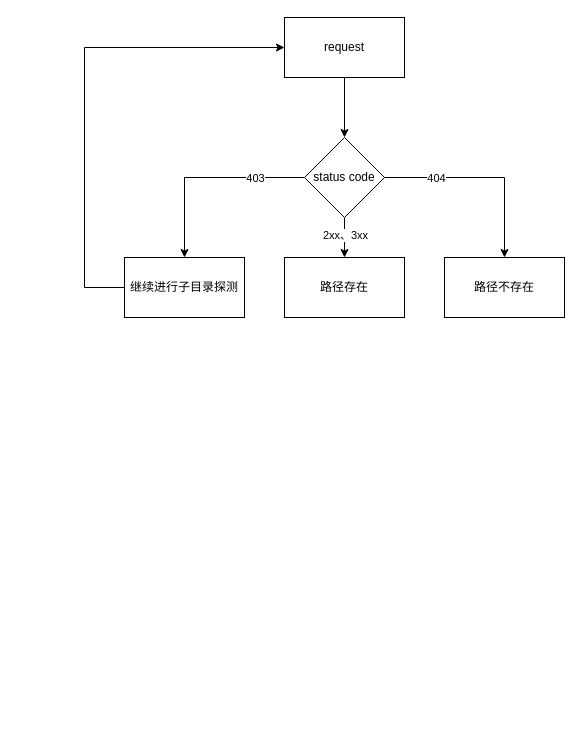
This is graphs/未命名绘图.drawio from blackw4tch/diagrams_images, a draw.io file, before an edit. Source tidied: cells renumbered, new cells numbered last; positions are measured from the earlier drawing's top-left corner, leaving out a move shared by most shapes. Both pictures are drawn from the tidied source at 100%, with x=0, y=0 at pixel (84, 17).
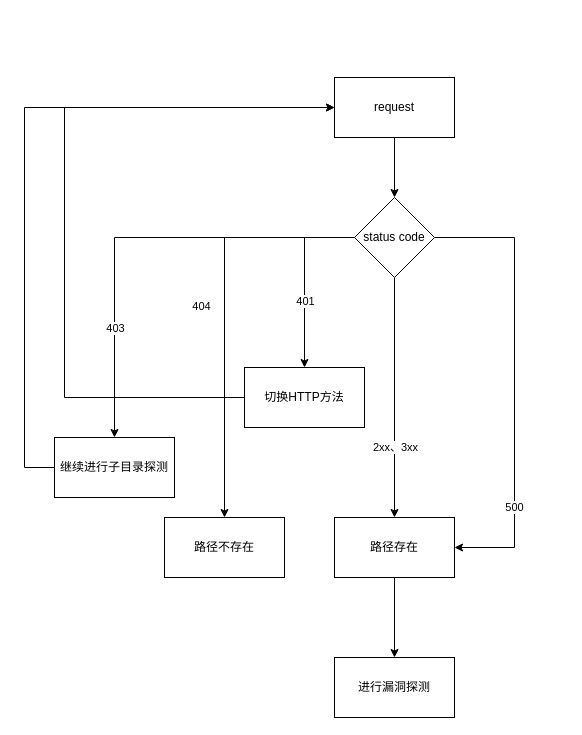
The same page after the edit.

Commit message (it also covers changes not shown here):
更新未命名绘图.drawio

Unchanged cells that the change refers to:
```xml
<mxCell id="4" style="edgeStyle=orthogonalEdgeStyle;rounded=0;jettySize=auto;html=1;" parent="1" edge="1" source="10" target="11">
  <mxGeometry relative="1" as="geometry" />
</mxCell>
<mxCell id="6" style="edgeStyle=orthogonalEdgeStyle;rounded=0;jettySize=auto;html=1;" parent="1" edge="1" source="10" target="13">
  <mxGeometry relative="1" as="geometry" />
</mxCell>
<mxCell id="8" style="edgeStyle=orthogonalEdgeStyle;rounded=0;jettySize=auto;html=1;" parent="1" edge="1" source="10" target="14">
  <mxGeometry relative="1" as="geometry" />
</mxCell>
```

What changed in the source:
```diff
@@
     <mxCell id="3" value="request" style="rounded=0;whiteSpace=wrap;html=1;" parent="1" vertex="1">
-      <mxGeometry x="200" width="120" height="60" as="geometry" />
+      <mxGeometry x="250" y="60" width="120" height="60" as="geometry" />
     </mxCell>
@@
     <mxCell id="5" value="2xx、3xx" style="edgeLabel;html=1;align=center;verticalAlign=middle;" parent="4" vertex="1">
-      <mxGeometry x="-0.13" relative="1" as="geometry" />
+      <mxGeometry x="-0.13" relative="1" as="geometry">
+        <mxPoint y="65" as="offset" />
+      </mxGeometry>
     </mxCell>
@@
     <mxCell id="7" value="403" style="edgeLabel;html=1;align=center;verticalAlign=middle;" parent="6" vertex="1">
       <mxGeometry x="-0.12" y="-1" relative="1" as="geometry">
-        <mxPoint x="38" y="1" as="offset" />
+        <mxPoint x="-46" y="91" as="offset" />
       </mxGeometry>
     </mxCell>
@@
     <mxCell id="9" value="404" style="edgeLabel;html=1;align=center;verticalAlign=middle;" parent="8" vertex="1">
       <mxGeometry x="-0.34" y="-3" relative="1" as="geometry">
-        <mxPoint x="-15" y="-3" as="offset" />
+        <mxPoint x="-21" y="63" as="offset" />
       </mxGeometry>
     </mxCell>
+    <mxCell id="15" style="edgeStyle=orthogonalEdgeStyle;rounded=0;jettySize=auto;html=1;entryX=1;entryY=0.5;entryDx=0;entryDy=0;" parent="1" edge="1" source="10" target="11">
+      <mxGeometry relative="1" as="geometry">
+        <Array as="points">
+          <mxPoint x="430" y="220" />
+          <mxPoint x="430" y="530" />
+        </Array>
+      </mxGeometry>
+    </mxCell>
+    <mxCell id="16" value="500" style="edgeLabel;html=1;align=center;verticalAlign=middle;" parent="15" vertex="1">
+      <mxGeometry x="0.55" y="-1" relative="1" as="geometry" />
+    </mxCell>
+    <mxCell id="17" style="edgeStyle=orthogonalEdgeStyle;rounded=0;jettySize=auto;html=1;entryX=0.5;entryY=0;entryDx=0;entryDy=0;exitX=0;exitY=0.5;exitDx=0;exitDy=0;" parent="1" edge="1" source="10" target="22">
+      <mxGeometry relative="1" as="geometry" />
+    </mxCell>
+    <mxCell id="18" value="401" style="edgeLabel;html=1;align=center;verticalAlign=middle;" parent="17" vertex="1">
+      <mxGeometry x="0.25" relative="1" as="geometry" />
+    </mxCell>
     <mxCell id="10" value="status code" style="rhombus;whiteSpace=wrap;html=1;rounded=0;" parent="1" vertex="1">
-      <mxGeometry x="220" y="120" width="80" height="80" as="geometry" />
+      <mxGeometry x="270" y="180" width="80" height="80" as="geometry" />
     </mxCell>
+    <mxCell id="19" style="edgeStyle=orthogonalEdgeStyle;rounded=0;jettySize=auto;html=1;" parent="1" edge="1" source="11" target="20">
+      <mxGeometry relative="1" as="geometry" />
+    </mxCell>
     <mxCell id="11" value="路径存在" style="rounded=0;whiteSpace=wrap;html=1;" parent="1" vertex="1">
-      <mxGeometry x="200" y="240" width="120" height="60" as="geometry" />
+      <mxGeometry x="250" y="500" width="120" height="60" as="geometry" />
     </mxCell>
     <mxCell id="12" style="edgeStyle=orthogonalEdgeStyle;rounded=0;jettySize=auto;html=1;entryX=0;entryY=0.5;entryDx=0;entryDy=0;exitX=0;exitY=0.5;exitDx=0;exitDy=0;" parent="1" edge="1" source="13" target="3">
       <mxGeometry relative="1" as="geometry">
         <Array as="points">
-          <mxPoint y="270" />
-          <mxPoint y="30" />
+          <mxPoint x="-60" y="450" />
+          <mxPoint x="-60" y="90" />
         </Array>
       </mxGeometry>
     </mxCell>
     <mxCell id="13" value="继续进行子目录探测" style="rounded=0;whiteSpace=wrap;html=1;" parent="1" vertex="1">
-      <mxGeometry x="40" y="240" width="120" height="60" as="geometry" />
+      <mxGeometry x="-30" y="420" width="120" height="60" as="geometry" />
     </mxCell>
     <mxCell id="14" value="路径不存在" style="whiteSpace=wrap;html=1;rounded=0;" parent="1" vertex="1">
-      <mxGeometry x="360" y="240" width="120" height="60" as="geometry" />
+      <mxGeometry x="80" y="500" width="120" height="60" as="geometry" />
     </mxCell>
+    <mxCell id="20" value="进行漏洞探测" style="whiteSpace=wrap;html=1;rounded=0;" parent="1" vertex="1">
+      <mxGeometry x="250" y="640" width="120" height="60" as="geometry" />
+    </mxCell>
+    <mxCell id="21" style="edgeStyle=orthogonalEdgeStyle;rounded=0;jettySize=auto;html=1;entryX=0;entryY=0.5;entryDx=0;entryDy=0;exitX=0;exitY=0.5;exitDx=0;exitDy=0;" parent="1" edge="1" source="22" target="3">
+      <mxGeometry relative="1" as="geometry">
+        <Array as="points">
+          <mxPoint x="-20" y="380" />
+          <mxPoint x="-20" y="90" />
+        </Array>
+      </mxGeometry>
+    </mxCell>
+    <mxCell id="22" value="切换HTTP方法" style="whiteSpace=wrap;html=1;rounded=0;" parent="1" vertex="1">
+      <mxGeometry x="160" y="350" width="120" height="60" as="geometry" />
+    </mxCell>
```
